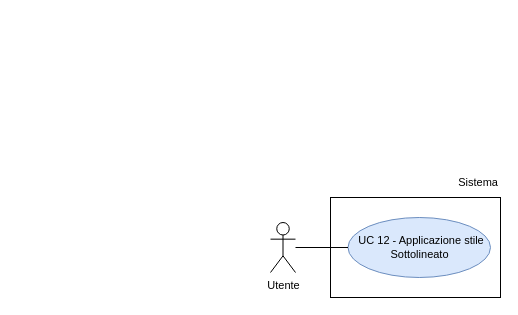
Above: RTB/doc_esterna/analisi-dei-requisiti/assets/draw.io/UC12.drawio in thebitless-group-swe/thebitless.github.io (draw.io), before the change. Source tidied: cells renumbered, new cells numbered last; positions are measured from the earlier drawing's top-left corner, leaving out a move shared by most shapes. Both pictures are drawn from the tidied source at 100%, with x=0, y=0 at pixel (270, 167).
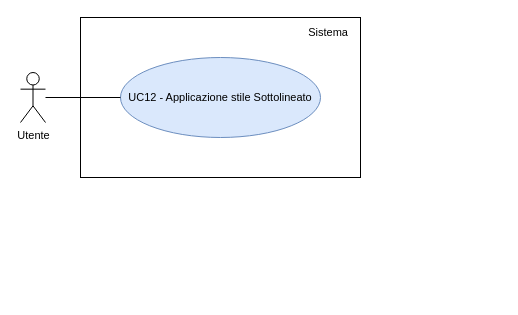
After the change.

Change to the diagram source:
```diff
@@
 <mxGraphModel>
   <root>
     <mxCell id="0" />
     <mxCell id="1" parent="0" />
     <mxCell id="2" value="Utente" style="shape=umlActor;verticalLabelPosition=bottom;verticalAlign=top;html=1;outlineConnect=0;fontSize=11;" parent="1" vertex="1">
-      <mxGeometry y="55" width="25" height="50" as="geometry" />
+      <mxGeometry x="-250" y="-95" width="25" height="50" as="geometry" />
     </mxCell>
-    <mxCell id="3" style="rounded=0;whiteSpace=wrap;html=1;strokeWidth=1;" parent="1" vertex="1">
-      <mxGeometry x="60" y="30" width="170" height="100" as="geometry" />
-    </mxCell>
+    <mxCell id="8" style="rounded=0;whiteSpace=wrap;html=1;strokeWidth=1;" parent="1" vertex="1">
+      <mxGeometry x="-190" y="-150" width="280" height="160" as="geometry" />
+    </mxCell>
     <mxCell id="4" value="Sistema" style="text;html=1;whiteSpace=wrap;strokeColor=none;fillColor=none;align=right;verticalAlign=middle;fontSize=11;" parent="1" vertex="1">
-      <mxGeometry x="170" width="60" height="30" as="geometry" />
+      <mxGeometry x="10" y="-145" width="70" height="20" as="geometry" />
     </mxCell>
-    <mxCell id="5" value="&amp;nbsp;UC 12 - Applicazione stile Sottolineato" style="ellipse;whiteSpace=wrap;html=1;fillColor=#dae8fc;strokeColor=#6c8ebf;fontSize=11;" parent="1" vertex="1">
-      <mxGeometry x="77.5" y="50" width="142.5" height="60" as="geometry" />
-    </mxCell>
-    <mxCell id="6" style="edgeStyle=none;rounded=0;jettySize=auto;html=1;endArrow=none;endFill=0;" parent="1" edge="1" source="2" target="5">
-      <mxGeometry relative="1" as="geometry" />
-    </mxCell>
-    <mxCell id="7" style="edgeStyle=orthogonalEdgeStyle;rounded=0;orthogonalLoop=1;jettySize=auto;html=1;exitX=0.5;exitY=1;exitDx=0;exitDy=0;" parent="1" edge="1" source="4" target="4">
-      <mxGeometry relative="1" as="geometry" />
-    </mxCell>
+    <mxCell id="9" value="UC12 - Applicazione stile Sottolineato" style="ellipse;whiteSpace=wrap;html=1;fillColor=#dae8fc;strokeColor=#6c8ebf;fontSize=11;" parent="1" vertex="1">
+      <mxGeometry x="-150" y="-110" width="200" height="80" as="geometry" />
+    </mxCell>
+    <mxCell id="10" style="edgeStyle=none;rounded=0;jettySize=auto;html=1;endArrow=none;endFill=0;" parent="1" edge="1" source="2" target="9">
+      <mxGeometry relative="1" as="geometry" />
+    </mxCell>
   </root>
 </mxGraphModel>
```
